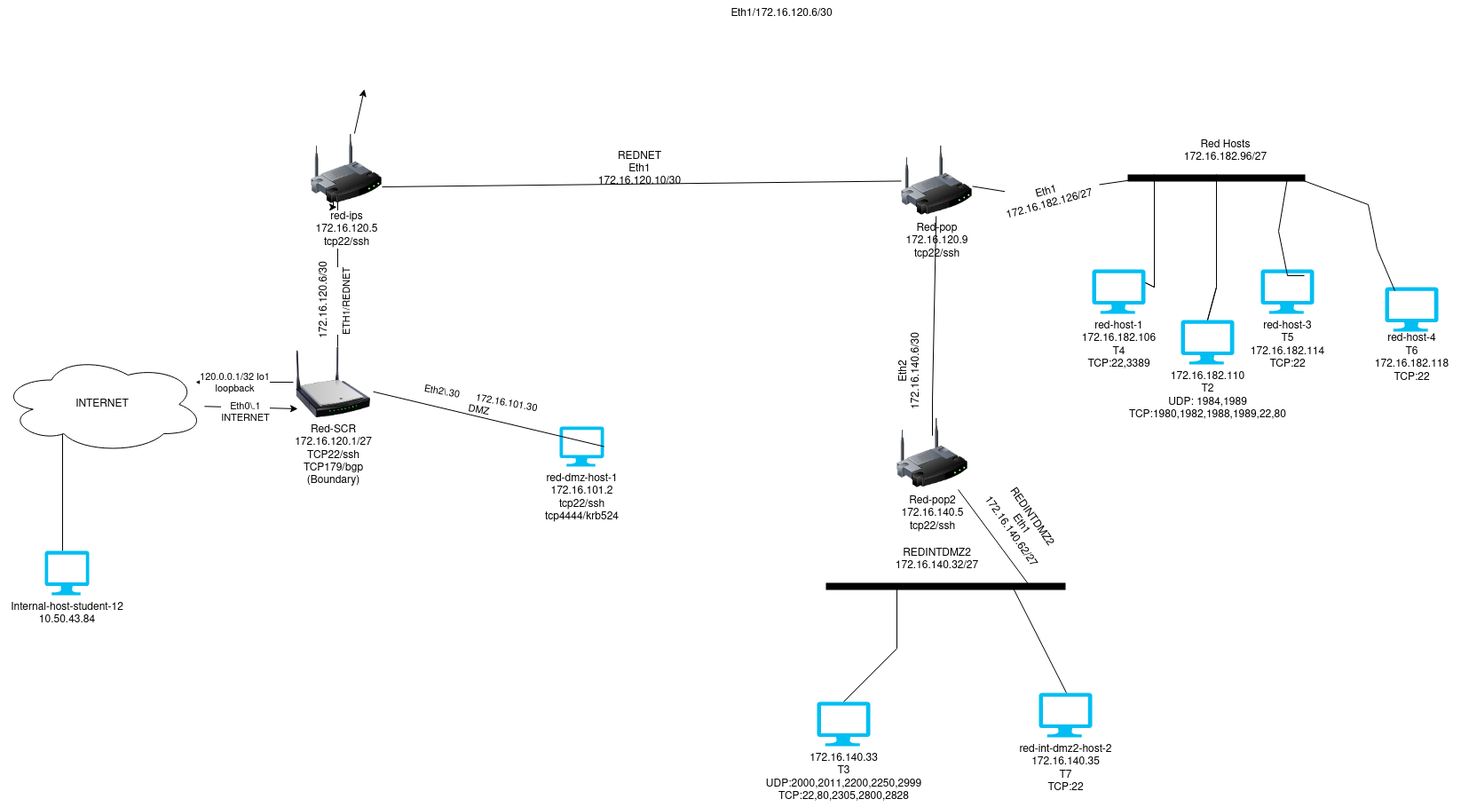
Earlier version of the draw.io export networkingctfs.drawio.png (mesnath/Networking). Source tidied: cells renumbered, new cells last; positions are measured from the earlier drawing's top-left corner, leaving out a move shared by most shapes.
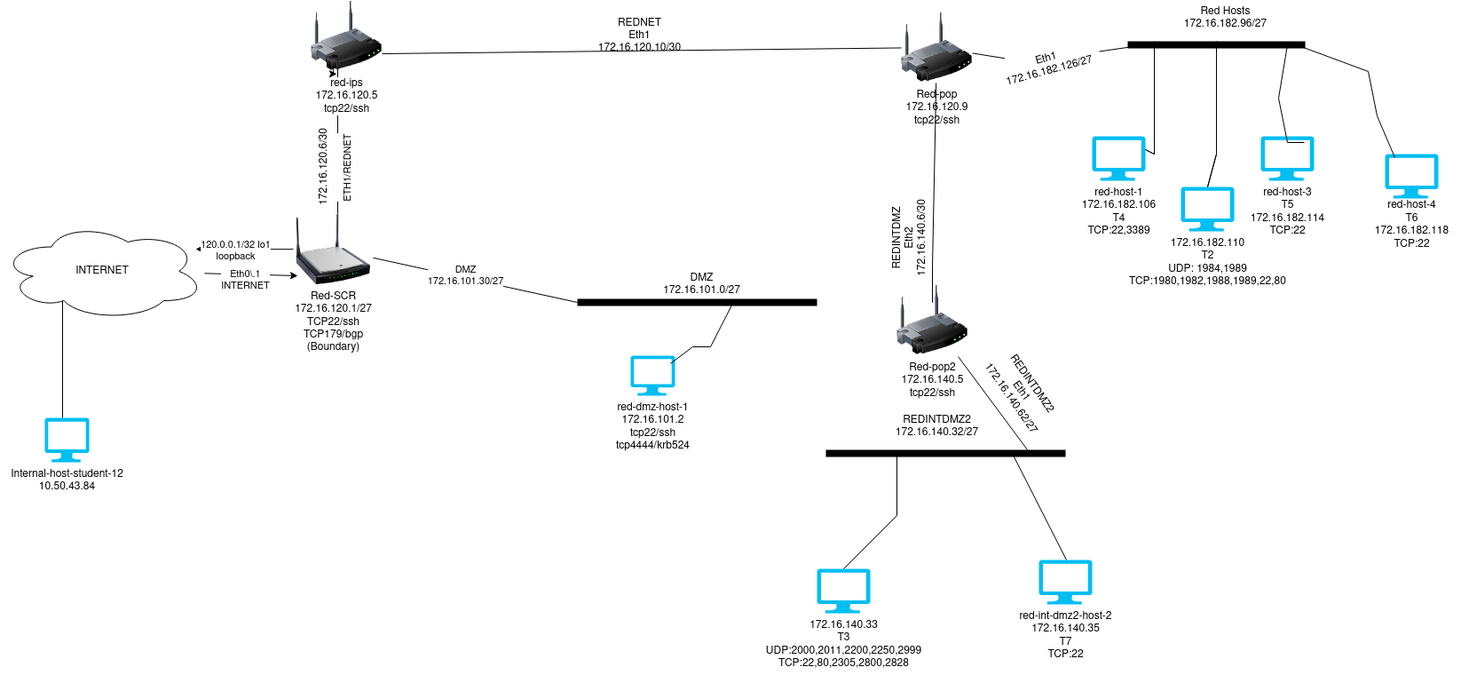
After the commit.

The edit, as a diff of the source:
```diff
@@ -37,16 +37,6 @@
     <mxCell id="8" value="&lt;div&gt;Red-SCR&lt;/div&gt;&lt;div&gt;172.16.120.1/27&lt;br&gt;&lt;/div&gt;TCP22/ssh&lt;br&gt;&lt;div&gt;TCP179/bgp&lt;/div&gt;&lt;div&gt;(Boundary)&lt;br&gt;&lt;/div&gt;&lt;div&gt;&lt;br&gt;&lt;/div&gt;" style="image;html=1;image=img/lib/clip_art/networking/Wireless_Router_N_128x128.png;" parent="1" vertex="1">
       <mxGeometry x="330" y="390" width="90" height="80" as="geometry" />
     </mxCell>
-    <mxCell id="9" style="endArrow=classic;html=1;rounded=0;" parent="1" edge="1" source="13">
-      <mxGeometry relative="1" as="geometry">
-        <mxPoint x="410" y="100" as="targetPoint" />
-      </mxGeometry>
-    </mxCell>
-    <mxCell id="10" value="Eth2\.30&amp;nbsp;&amp;nbsp;&amp;nbsp;&amp;nbsp;&amp;nbsp; 172.16.101.30&lt;br&gt;DMZ" style="edgeLabel;html=1;align=center;verticalAlign=middle;rotation=10;" parent="9" vertex="1">
-      <mxGeometry x="-0.09" y="-2" relative="1" as="geometry">
-        <mxPoint x="134" y="327" as="offset" />
-      </mxGeometry>
-    </mxCell>
     <mxCell id="11" style="endArrow=none;html=1;rounded=0;" parent="1" edge="1">
       <mxGeometry relative="1" as="geometry">
         <mxPoint x="70" y="620" as="sourcePoint" />
@@ -54,17 +44,19 @@
       </mxGeometry>
     </mxCell>
     <mxCell id="12" value="&lt;div&gt;red-dmz-host-1&lt;/div&gt;&lt;div&gt;172.16.101.2&lt;/div&gt;&lt;div&gt;tcp22/ssh&lt;/div&gt;&lt;div&gt;tcp4444/krb524&lt;br&gt;&lt;/div&gt;" style="verticalLabelPosition=bottom;html=1;verticalAlign=top;align=center;strokeColor=none;fillColor=#00BEF2;shape=mxgraph.azure.computer;" parent="1" vertex="1">
-      <mxGeometry x="630" y="480" width="50" height="45" as="geometry" />
+      <mxGeometry x="710" y="550" width="50" height="45" as="geometry" />
     </mxCell>
     <mxCell id="13" value="&lt;div&gt;red-ips &lt;br&gt;&lt;/div&gt;172.16.120.5&lt;br&gt;tcp22/ssh" style="image;html=1;image=img/lib/clip_art/networking/Wireless_Router_128x128.png;" parent="1" vertex="1">
       <mxGeometry x="350" y="150" width="80" height="80" as="geometry" />
     </mxCell>
-    <mxCell id="14" style="endArrow=none;html=1;rounded=0;exitX=1;exitY=0.5;exitDx=0;exitDy=0;exitPerimeter=0;" parent="1" edge="1" source="12" target="8">
-      <mxGeometry relative="1" as="geometry" />
+    <mxCell id="14" style="endArrow=none;html=1;rounded=0;" parent="1" edge="1" target="8">
+      <mxGeometry relative="1" as="geometry">
+        <mxPoint x="650" y="490" as="sourcePoint" />
+      </mxGeometry>
     </mxCell>
-    <mxCell id="15" value="Eth1/172.16.120.6/30" style="text;html=1;align=center;verticalAlign=middle;strokeColor=none;fillColor=none;" parent="1" vertex="1">
-      <mxGeometry x="810" width="140" height="30" as="geometry" />
-    </mxCell>
+    <mxCell id="48" value="DMZ&lt;br&gt;172.16.101.30/27" style="edgeLabel;html=1;align=center;verticalAlign=middle;" parent="14" vertex="1">
+      <mxGeometry x="0.11" y="-3" relative="1" as="geometry" />
+    </mxCell>
     <mxCell id="16" style="endArrow=none;html=1;rounded=0;exitX=1;exitY=0.75;exitDx=0;exitDy=0;" parent="1" edge="1" source="13" target="18">
       <mxGeometry relative="1" as="geometry" />
     </mxCell>
@@ -82,8 +74,8 @@
     <mxCell id="20" value="red-host-1&lt;br&gt;&lt;div&gt;172.16.182.106&lt;/div&gt;&lt;div&gt;T4&lt;/div&gt;&lt;div&gt;TCP:22,3389&lt;br&gt;&lt;/div&gt;" style="verticalLabelPosition=bottom;html=1;verticalAlign=top;align=center;strokeColor=none;fillColor=#00BEF2;shape=mxgraph.azure.computer;" parent="1" vertex="1">
       <mxGeometry x="1230" y="303" width="60" height="50" as="geometry" />
     </mxCell>
-    <mxCell id="21" value="Eth2&lt;br&gt;172.16.140.6/30" style="text;html=1;align=center;verticalAlign=middle;strokeColor=none;fillColor=none;rotation=-90;" parent="1" vertex="1">
-      <mxGeometry x="970" y="398" width="110" height="40" as="geometry" />
+    <mxCell id="21" value="REDINTDMZ&lt;br&gt;Eth2&lt;br&gt;172.16.140.6/30" style="text;html=1;align=center;verticalAlign=middle;strokeColor=none;fillColor=none;rotation=-90;" parent="1" vertex="1">
+      <mxGeometry x="970" y="388" width="110" height="60" as="geometry" />
     </mxCell>
     <mxCell id="22" style="endArrow=none;html=1;rounded=0;exitX=1;exitY=0.75;exitDx=0;exitDy=0;" parent="1" edge="1" target="18">
       <mxGeometry relative="1" as="geometry">
@@ -211,5 +203,23 @@
     <mxCell id="47" style="edgeStyle=orthogonalEdgeStyle;rounded=0;orthogonalLoop=1;jettySize=auto;html=1;exitX=0.5;exitY=1;exitDx=0;exitDy=0;exitPerimeter=0;" parent="1" edge="1" source="12" target="12">
       <mxGeometry relative="1" as="geometry" />
     </mxCell>
+    <mxCell id="49" style="endArrow=none;html=1;rounded=0;strokeWidth=8;" parent="1" edge="1">
+      <mxGeometry relative="1" as="geometry">
+        <mxPoint x="650" y="490" as="sourcePoint" />
+        <mxPoint x="920" y="490" as="targetPoint" />
+      </mxGeometry>
+    </mxCell>
+    <mxCell id="50" value="DMZ&lt;br&gt;172.16.101.0/27" style="text;html=1;align=center;verticalAlign=middle;strokeColor=none;fillColor=none;rotation=0;" parent="1" vertex="1">
+      <mxGeometry x="735" y="450" width="110" height="40" as="geometry" />
+    </mxCell>
+    <mxCell id="51" style="endArrow=none;html=1;rounded=0;exitX=0.897;exitY=0.198;exitDx=0;exitDy=0;exitPerimeter=0;" parent="1" edge="1" source="12">
+      <mxGeometry relative="1" as="geometry">
+        <mxPoint x="824" y="493" as="targetPoint" />
+        <Array as="points">
+          <mxPoint x="780" y="540" />
+          <mxPoint x="800" y="540" />
+        </Array>
+      </mxGeometry>
+    </mxCell>
   </root>
 </mxGraphModel>
```
